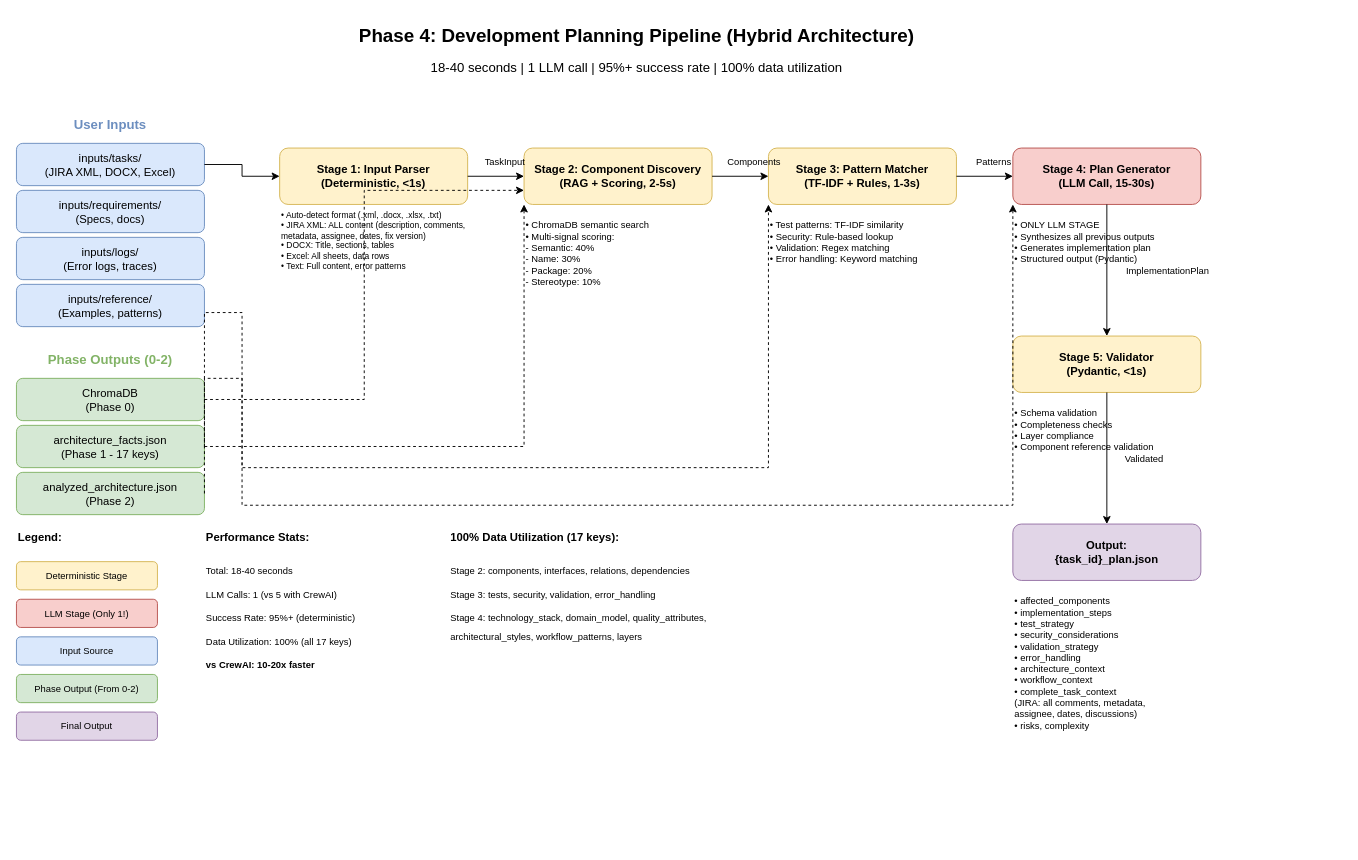
The draw.io diagram docs/diagrams/development-planning-pipeline.drawio in aymenmastouri/aicodegencrew, before the edit. Source tidied: cells renumbered, new cells numbered last; positions are measured from the earlier drawing's top-left corner, leaving out a move shared by most shapes. Both pictures are drawn from the tidied source at 94%, with x=0, y=0 at pixel (16, 16).
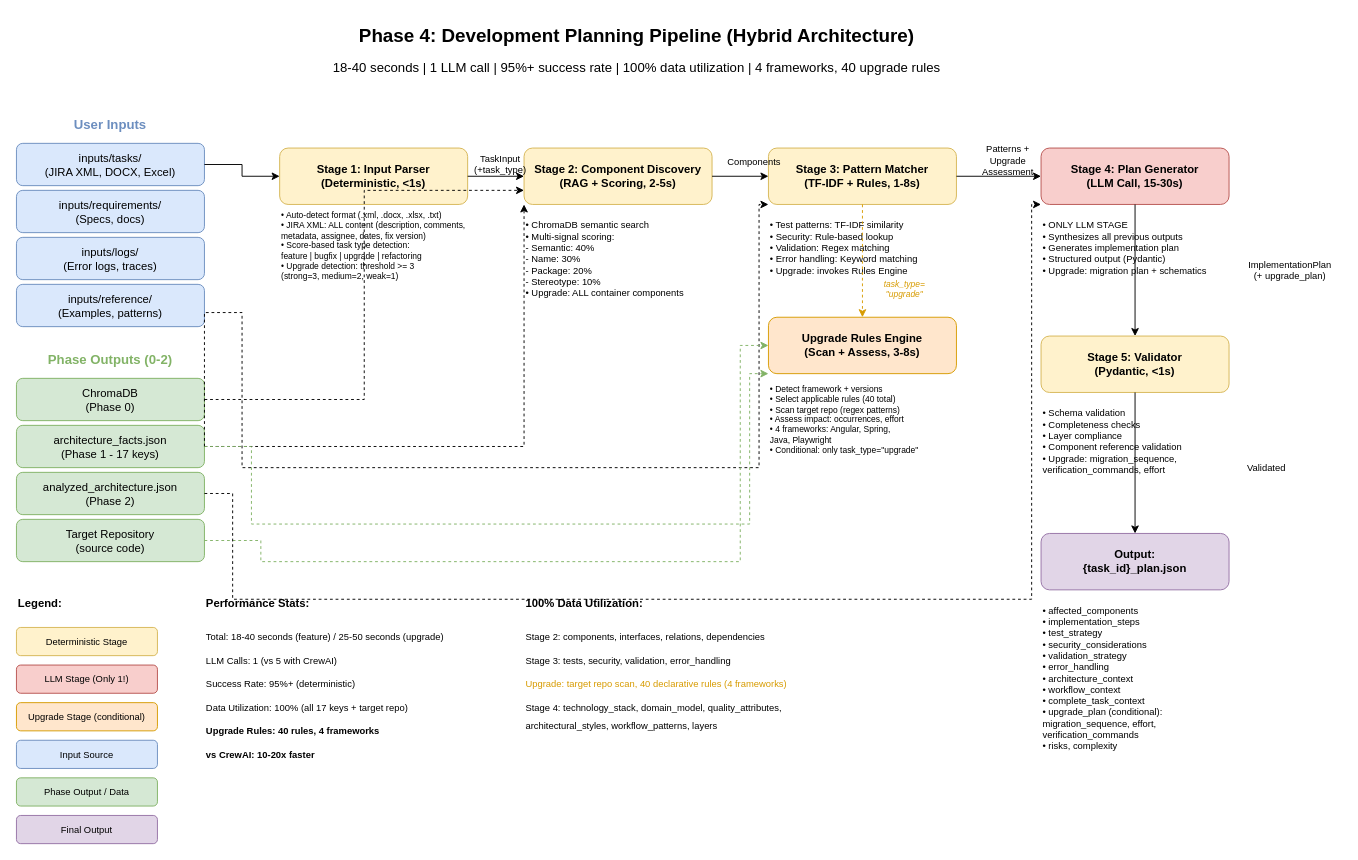
The same diagram, later.

The change refers to these unchanged cells:
```xml
<mxCell id="11" value="architecture_facts.json&#10;(Phase 1 - 17 keys)" style="rounded=1;whiteSpace=wrap;html=1;fillColor=#d5e8d4;strokeColor=#82b366;" parent="1" vertex="1">
  <mxGeometry y="435" width="200" height="45" as="geometry" />
</mxCell>
<mxCell id="12" value="analyzed_architecture.json&#10;(Phase 2)" style="rounded=1;whiteSpace=wrap;html=1;fillColor=#d5e8d4;strokeColor=#82b366;" parent="1" vertex="1">
  <mxGeometry y="485" width="200" height="45" as="geometry" />
</mxCell>
```

Diff of the diagram source:
```diff
@@
-    <mxCell id="3" value="18-40 seconds | 1 LLM call | 95%+ success rate | 100% data utilization" style="text;html=1;strokeColor=none;fillColor=none;align=center;verticalAlign=middle;whiteSpace=wrap;rounded=0;fontSize=14;" parent="1" vertex="1">
-      <mxGeometry x="360" y="40" width="600" height="30" as="geometry" />
+    <mxCell id="3" value="18-40 seconds | 1 LLM call | 95%+ success rate | 100% data utilization | 4 frameworks, 40 upgrade rules" style="text;html=1;strokeColor=none;fillColor=none;align=center;verticalAlign=middle;whiteSpace=wrap;rounded=0;fontSize=14;" parent="1" vertex="1">
+      <mxGeometry x="310" y="40" width="700" height="30" as="geometry" />
     </mxCell>
@@
+    <mxCell id="57" value="Target Repository&#10;(source code)" style="rounded=1;whiteSpace=wrap;html=1;fillColor=#d5e8d4;strokeColor=#82b366;" parent="1" vertex="1">
+      <mxGeometry y="535" width="200" height="45" as="geometry" />
+    </mxCell>
@@
-    <mxCell id="14" value="• Auto-detect format (.xml, .docx, .xlsx, .txt)&#10;• JIRA XML: ALL content (description, comments,&#10;  metadata, assignee, dates, fix version)&#10;• DOCX: Title, sections, tables&#10;• Excel: All sheets, data rows&#10;• Text: Full content, error patterns" style="text;html=1;strokeColor=none;fillColor=none;align=left;verticalAlign=top;whiteSpace=wrap;rounded=0;fontSize=9;" parent="1" vertex="1">
-      <mxGeometry x="280" y="200" width="200" height="80" as="geometry" />
+    <mxCell id="14" value="• Auto-detect format (.xml, .docx, .xlsx, .txt)&#10;• JIRA XML: ALL content (description, comments,&#10;  metadata, assignee, dates, fix version)&#10;• Score-based task type detection:&#10;  feature | bugfix | upgrade | refactoring&#10;• Upgrade detection: threshold &gt;= 3&#10;  (strong=3, medium=2, weak=1)" style="text;html=1;strokeColor=none;fillColor=none;align=left;verticalAlign=top;whiteSpace=wrap;rounded=0;fontSize=9;" parent="1" vertex="1">
+      <mxGeometry x="280" y="200" width="200" height="100" as="geometry" />
     </mxCell>
@@
-    <mxCell id="16" value="• ChromaDB semantic search&#10;• Multi-signal scoring:&#10;  - Semantic: 40%&#10;  - Name: 30%&#10;  - Package: 20%&#10;  - Stereotype: 10%" style="text;html=1;strokeColor=none;fillColor=none;align=left;verticalAlign=top;whiteSpace=wrap;rounded=0;fontSize=10;" parent="1" vertex="1">
-      <mxGeometry x="540" y="210" width="200" height="90" as="geometry" />
+    <mxCell id="16" value="• ChromaDB semantic search&#10;• Multi-signal scoring:&#10;  - Semantic: 40%&#10;  - Name: 30%&#10;  - Package: 20%&#10;  - Stereotype: 10%&#10;• Upgrade: ALL container components" style="text;html=1;strokeColor=none;fillColor=none;align=left;verticalAlign=top;whiteSpace=wrap;rounded=0;fontSize=10;" parent="1" vertex="1">
+      <mxGeometry x="540" y="210" width="200" height="100" as="geometry" />
     </mxCell>
-    <mxCell id="17" value="Stage 3: Pattern Matcher&#10;(TF-IDF + Rules, 1-3s)" style="rounded=1;whiteSpace=wrap;html=1;fillColor=#fff2cc;strokeColor=#d6b656;fontSize=12;fontStyle=1;" parent="1" vertex="1">
+    <mxCell id="17" value="Stage 3: Pattern Matcher&#10;(TF-IDF + Rules, 1-8s)" style="rounded=1;whiteSpace=wrap;html=1;fillColor=#fff2cc;strokeColor=#d6b656;fontSize=12;fontStyle=1;" parent="1" vertex="1">
       <mxGeometry x="800" y="140" width="200" height="60" as="geometry" />
     </mxCell>
-    <mxCell id="18" value="• Test patterns: TF-IDF similarity&#10;• Security: Rule-based lookup&#10;• Validation: Regex matching&#10;• Error handling: Keyword matching" style="text;html=1;strokeColor=none;fillColor=none;align=left;verticalAlign=top;whiteSpace=wrap;rounded=0;fontSize=10;" parent="1" vertex="1">
+    <mxCell id="18" value="• Test patterns: TF-IDF similarity&#10;• Security: Rule-based lookup&#10;• Validation: Regex matching&#10;• Error handling: Keyword matching&#10;• Upgrade: invokes Rules Engine" style="text;html=1;strokeColor=none;fillColor=none;align=left;verticalAlign=top;whiteSpace=wrap;rounded=0;fontSize=10;" parent="1" vertex="1">
       <mxGeometry x="800" y="210" width="200" height="80" as="geometry" />
     </mxCell>
+    <mxCell id="58" value="Upgrade Rules Engine&#10;(Scan + Assess, 3-8s)" style="rounded=1;whiteSpace=wrap;html=1;fillColor=#ffe6cc;strokeColor=#d79b00;fontSize=12;fontStyle=1;" parent="1" vertex="1">
+      <mxGeometry x="800" y="320" width="200" height="60" as="geometry" />
+    </mxCell>
+    <mxCell id="59" value="• Detect framework + versions&#10;• Select applicable rules (40 total)&#10;• Scan target repo (regex patterns)&#10;• Assess impact: occurrences, effort&#10;• 4 frameworks: Angular, Spring,&#10;  Java, Playwright&#10;• Conditional: only task_type=&quot;upgrade&quot;" style="text;html=1;strokeColor=none;fillColor=none;align=left;verticalAlign=top;whiteSpace=wrap;rounded=0;fontSize=9;" parent="1" vertex="1">
+      <mxGeometry x="800" y="385" width="200" height="100" as="geometry" />
+    </mxCell>
     <mxCell id="19" value="Stage 4: Plan Generator&#10;(LLM Call, 15-30s)" style="rounded=1;whiteSpace=wrap;html=1;fillColor=#f8cecc;strokeColor=#b85450;fontSize=12;fontStyle=1;" parent="1" vertex="1">
-      <mxGeometry x="1060" y="140" width="200" height="60" as="geometry" />
+      <mxGeometry x="1090" y="140" width="200" height="60" as="geometry" />
     </mxCell>
-    <mxCell id="20" value="• ONLY LLM STAGE&#10;• Synthesizes all previous outputs&#10;• Generates implementation plan&#10;• Structured output (Pydantic)" style="text;html=1;strokeColor=none;fillColor=none;align=left;verticalAlign=top;whiteSpace=wrap;rounded=0;fontSize=10;" parent="1" vertex="1">
-      <mxGeometry x="1060" y="210" width="200" height="80" as="geometry" />
+    <mxCell id="20" value="• ONLY LLM STAGE&#10;• Synthesizes all previous outputs&#10;• Generates implementation plan&#10;• Structured output (Pydantic)&#10;• Upgrade: migration plan + schematics" style="text;html=1;strokeColor=none;fillColor=none;align=left;verticalAlign=top;whiteSpace=wrap;rounded=0;fontSize=10;" parent="1" vertex="1">
+      <mxGeometry x="1090" y="210" width="200" height="80" as="geometry" />
     </mxCell>
     <mxCell id="21" value="Stage 5: Validator&#10;(Pydantic, &lt;1s)" style="rounded=1;whiteSpace=wrap;html=1;fillColor=#fff2cc;strokeColor=#d6b656;fontSize=12;fontStyle=1;" parent="1" vertex="1">
-      <mxGeometry x="1060" y="340" width="200" height="60" as="geometry" />
+      <mxGeometry x="1090" y="340" width="200" height="60" as="geometry" />
     </mxCell>
-    <mxCell id="22" value="• Schema validation&#10;• Completeness checks&#10;• Layer compliance&#10;• Component reference validation" style="text;html=1;strokeColor=none;fillColor=none;align=left;verticalAlign=top;whiteSpace=wrap;rounded=0;fontSize=10;" parent="1" vertex="1">
-      <mxGeometry x="1060" y="410" width="200" height="80" as="geometry" />
+    <mxCell id="22" value="• Schema validation&#10;• Completeness checks&#10;• Layer compliance&#10;• Component reference validation&#10;• Upgrade: migration_sequence,&#10;  verification_commands, effort" style="text;html=1;strokeColor=none;fillColor=none;align=left;verticalAlign=top;whiteSpace=wrap;rounded=0;fontSize=10;" parent="1" vertex="1">
+      <mxGeometry x="1090" y="410" width="200" height="90" as="geometry" />
     </mxCell>
     <mxCell id="23" value="Output:&#10;{task_id}_plan.json" style="rounded=1;whiteSpace=wrap;html=1;fillColor=#e1d5e7;strokeColor=#9673a6;fontSize=12;fontStyle=1;" parent="1" vertex="1">
-      <mxGeometry x="1060" y="540" width="200" height="60" as="geometry" />
+      <mxGeometry x="1090" y="550" width="200" height="60" as="geometry" />
     </mxCell>
-    <mxCell id="24" value="• affected_components&#10;• implementation_steps&#10;• test_strategy&#10;• security_considerations&#10;• validation_strategy&#10;• error_handling&#10;• architecture_context&#10;• workflow_context&#10;• complete_task_context&#10;  (JIRA: all comments, metadata,&#10;  assignee, dates, discussions)&#10;• risks, complexity" style="text;html=1;strokeColor=none;fillColor=none;align=left;verticalAlign=top;whiteSpace=wrap;rounded=0;fontSize=10;" parent="1" vertex="1">
-      <mxGeometry x="1060" y="610" width="200" height="160" as="geometry" />
+    <mxCell id="24" value="• affected_components&#10;• implementation_steps&#10;• test_strategy&#10;• security_considerations&#10;• validation_strategy&#10;• error_handling&#10;• architecture_context&#10;• workflow_context&#10;• complete_task_context&#10;• upgrade_plan (conditional):&#10;  migration_sequence, effort,&#10;  verification_commands&#10;• risks, complexity" style="text;html=1;strokeColor=none;fillColor=none;align=left;verticalAlign=top;whiteSpace=wrap;rounded=0;fontSize=10;" parent="1" vertex="1">
+      <mxGeometry x="1090" y="620" width="200" height="180" as="geometry" />
     </mxCell>
@@
-    <mxCell id="27" value="TaskInput" style="text;html=1;strokeColor=none;fillColor=none;align=center;verticalAlign=middle;whiteSpace=wrap;rounded=0;fontSize=10;" parent="1" vertex="1">
-      <mxGeometry x="490" y="145" width="60" height="20" as="geometry" />
+    <mxCell id="27" value="TaskInput&#10;(+task_type)" style="text;html=1;strokeColor=none;fillColor=none;align=center;verticalAlign=middle;whiteSpace=wrap;rounded=0;fontSize=10;" parent="1" vertex="1">
+      <mxGeometry x="485" y="142" width="60" height="30" as="geometry" />
     </mxCell>
@@
     <mxCell id="32" style="edgeStyle=orthogonalEdgeStyle;rounded=0;jettySize=auto;html=1;exitX=1;exitY=0.5;exitDx=0;exitDy=0;entryX=0;entryY=1;entryDx=0;entryDy=0;dashed=1;" parent="1" edge="1" source="11" target="17">
       <mxGeometry relative="1" as="geometry">
         <Array as="points">
           <mxPoint x="240" y="315" />
           <mxPoint x="240" y="480" />
-          <mxPoint x="800" y="480" />
-          <mxPoint x="800" y="200" />
+          <mxPoint x="790" y="480" />
+          <mxPoint x="790" y="200" />
         </Array>
       </mxGeometry>
     </mxCell>
+    <mxCell id="60" style="edgeStyle=orthogonalEdgeStyle;rounded=0;jettySize=auto;html=1;exitX=0.5;exitY=1;exitDx=0;exitDy=0;entryX=0.5;entryY=0;entryDx=0;entryDy=0;dashed=1;strokeColor=#d79b00;" parent="1" edge="1" source="17" target="58">
+      <mxGeometry relative="1" as="geometry" />
+    </mxCell>
+    <mxCell id="61" value="task_type=&#10;&quot;upgrade&quot;" style="text;html=1;strokeColor=none;fillColor=none;align=center;verticalAlign=middle;whiteSpace=wrap;rounded=0;fontSize=9;fontColor=#d79b00;fontStyle=2;" parent="1" vertex="1">
+      <mxGeometry x="905" y="275" width="80" height="30" as="geometry" />
+    </mxCell>
+    <mxCell id="62" style="edgeStyle=orthogonalEdgeStyle;rounded=0;jettySize=auto;html=1;exitX=1;exitY=0.5;exitDx=0;exitDy=0;entryX=0;entryY=0.5;entryDx=0;entryDy=0;dashed=1;strokeColor=#82b366;" parent="1" edge="1" source="57" target="58">
+      <mxGeometry relative="1" as="geometry">
+        <Array as="points">
+          <mxPoint x="260" y="557" />
+          <mxPoint x="260" y="580" />
+          <mxPoint x="770" y="580" />
+          <mxPoint x="770" y="350" />
+        </Array>
+      </mxGeometry>
+    </mxCell>
+    <mxCell id="63" style="edgeStyle=orthogonalEdgeStyle;rounded=0;jettySize=auto;html=1;exitX=1;exitY=0.5;exitDx=0;exitDy=0;entryX=0;entryY=1;entryDx=0;entryDy=0;dashed=1;strokeColor=#82b366;" parent="1" edge="1" source="11" target="58">
+      <mxGeometry relative="1" as="geometry">
+        <Array as="points">
+          <mxPoint x="250" y="457" />
+          <mxPoint x="250" y="540" />
+          <mxPoint x="780" y="540" />
+          <mxPoint x="780" y="380" />
+        </Array>
+      </mxGeometry>
+    </mxCell>
@@
-    <mxCell id="34" value="Patterns" style="text;html=1;strokeColor=none;fillColor=none;align=center;verticalAlign=middle;whiteSpace=wrap;rounded=0;fontSize=10;" parent="1" vertex="1">
-      <mxGeometry x="1010" y="145" width="60" height="20" as="geometry" />
+    <mxCell id="34" value="Patterns +&#10;Upgrade Assessment" style="text;html=1;strokeColor=none;fillColor=none;align=center;verticalAlign=middle;whiteSpace=wrap;rounded=0;fontSize=10;" parent="1" vertex="1">
+      <mxGeometry x="1010" y="135" width="90" height="35" as="geometry" />
     </mxCell>
     <mxCell id="35" style="edgeStyle=orthogonalEdgeStyle;rounded=0;jettySize=auto;html=1;exitX=1;exitY=0.5;exitDx=0;exitDy=0;entryX=0;entryY=1;entryDx=0;entryDy=0;dashed=1;" parent="1" edge="1" source="12" target="19">
       <mxGeometry relative="1" as="geometry">
         <Array as="points">
-          <mxPoint x="240" y="385" />
-          <mxPoint x="240" y="520" />
-          <mxPoint x="1060" y="520" />
-          <mxPoint x="1060" y="200" />
+          <mxPoint x="230" y="507" />
+          <mxPoint x="230" y="620" />
+          <mxPoint x="1080" y="620" />
+          <mxPoint x="1080" y="200" />
         </Array>
       </mxGeometry>
     </mxCell>
@@
-    <mxCell id="37" value="ImplementationPlan" style="text;html=1;strokeColor=none;fillColor=none;align=center;verticalAlign=middle;whiteSpace=wrap;rounded=0;fontSize=10;" parent="1" vertex="1">
-      <mxGeometry x="1170" y="250" width="110" height="40" as="geometry" />
+    <mxCell id="37" value="ImplementationPlan&#10;(+ upgrade_plan)" style="text;html=1;strokeColor=none;fillColor=none;align=center;verticalAlign=middle;whiteSpace=wrap;rounded=0;fontSize=10;" parent="1" vertex="1">
+      <mxGeometry x="1300" y="250" width="110" height="40" as="geometry" />
     </mxCell>
@@
     <mxCell id="39" value="Validated" style="text;html=1;strokeColor=none;fillColor=none;align=center;verticalAlign=middle;whiteSpace=wrap;rounded=0;fontSize=10;" parent="1" vertex="1">
-      <mxGeometry x="1170" y="450" width="60" height="40" as="geometry" />
+      <mxGeometry x="1300" y="460" width="60" height="40" as="geometry" />
     </mxCell>
     <mxCell id="40" value="Legend:" style="text;html=1;strokeColor=none;fillColor=none;align=left;verticalAlign=middle;whiteSpace=wrap;rounded=0;fontSize=12;fontStyle=1;" parent="1" vertex="1">
-      <mxGeometry y="540" width="60" height="30" as="geometry" />
+      <mxGeometry y="610" width="60" height="30" as="geometry" />
     </mxCell>
     <mxCell id="41" value="Deterministic Stage" style="rounded=1;whiteSpace=wrap;html=1;fillColor=#fff2cc;strokeColor=#d6b656;fontSize=10;" parent="1" vertex="1">
-      <mxGeometry y="580" width="150" height="30" as="geometry" />
+      <mxGeometry y="650" width="150" height="30" as="geometry" />
     </mxCell>
     <mxCell id="42" value="LLM Stage (Only 1!)" style="rounded=1;whiteSpace=wrap;html=1;fillColor=#f8cecc;strokeColor=#b85450;fontSize=10;" parent="1" vertex="1">
-      <mxGeometry y="620" width="150" height="30" as="geometry" />
+      <mxGeometry y="690" width="150" height="30" as="geometry" />
     </mxCell>
+    <mxCell id="64" value="Upgrade Stage (conditional)" style="rounded=1;whiteSpace=wrap;html=1;fillColor=#ffe6cc;strokeColor=#d79b00;fontSize=10;" parent="1" vertex="1">
+      <mxGeometry y="730" width="150" height="30" as="geometry" />
+    </mxCell>
     <mxCell id="43" value="Input Source" style="rounded=1;whiteSpace=wrap;html=1;fillColor=#dae8fc;strokeColor=#6c8ebf;fontSize=10;" parent="1" vertex="1">
-      <mxGeometry y="660" width="150" height="30" as="geometry" />
+      <mxGeometry y="770" width="150" height="30" as="geometry" />
     </mxCell>
-    <mxCell id="44" value="Phase Output (From 0-2)" style="rounded=1;whiteSpace=wrap;html=1;fillColor=#d5e8d4;strokeColor=#82b366;fontSize=10;" parent="1" vertex="1">
-      <mxGeometry y="700" width="150" height="30" as="geometry" />
+    <mxCell id="44" value="Phase Output / Data" style="rounded=1;whiteSpace=wrap;html=1;fillColor=#d5e8d4;strokeColor=#82b366;fontSize=10;" parent="1" vertex="1">
+      <mxGeometry y="810" width="150" height="30" as="geometry" />
     </mxCell>
     <mxCell id="45" value="Final Output" style="rounded=1;whiteSpace=wrap;html=1;fillColor=#e1d5e7;strokeColor=#9673a6;fontSize=10;" parent="1" vertex="1">
-      <mxGeometry y="740" width="150" height="30" as="geometry" />
+      <mxGeometry y="850" width="150" height="30" as="geometry" />
     </mxCell>
     <mxCell id="46" value="Performance Stats:" style="text;html=1;strokeColor=none;fillColor=none;align=left;verticalAlign=middle;whiteSpace=wrap;rounded=0;fontSize=12;fontStyle=1;" parent="1" vertex="1">
-      <mxGeometry x="200" y="540" width="140" height="30" as="geometry" />
+      <mxGeometry x="200" y="610" width="140" height="30" as="geometry" />
     </mxCell>
-    <mxCell id="47" value="Total: 18-40 seconds" style="text;html=1;strokeColor=none;fillColor=none;align=left;verticalAlign=middle;whiteSpace=wrap;rounded=0;fontSize=10;" parent="1" vertex="1">
-      <mxGeometry x="200" y="580" width="200" height="20" as="geometry" />
+    <mxCell id="47" value="Total: 18-40 seconds (feature) / 25-50 seconds (upgrade)" style="text;html=1;strokeColor=none;fillColor=none;align=left;verticalAlign=middle;whiteSpace=wrap;rounded=0;fontSize=10;" parent="1" vertex="1">
+      <mxGeometry x="200" y="650" width="320" height="20" as="geometry" />
     </mxCell>
     <mxCell id="48" value="LLM Calls: 1 (vs 5 with CrewAI)" style="text;html=1;strokeColor=none;fillColor=none;align=left;verticalAlign=middle;whiteSpace=wrap;rounded=0;fontSize=10;" parent="1" vertex="1">
-      <mxGeometry x="200" y="605" width="200" height="20" as="geometry" />
+      <mxGeometry x="200" y="675" width="200" height="20" as="geometry" />
     </mxCell>
     <mxCell id="49" value="Success Rate: 95%+ (deterministic)" style="text;html=1;strokeColor=none;fillColor=none;align=left;verticalAlign=middle;whiteSpace=wrap;rounded=0;fontSize=10;" parent="1" vertex="1">
-      <mxGeometry x="200" y="630" width="240" height="20" as="geometry" />
+      <mxGeometry x="200" y="700" width="240" height="20" as="geometry" />
     </mxCell>
-    <mxCell id="50" value="Data Utilization: 100% (all 17 keys)" style="text;html=1;strokeColor=none;fillColor=none;align=left;verticalAlign=middle;whiteSpace=wrap;rounded=0;fontSize=10;" parent="1" vertex="1">
-      <mxGeometry x="200" y="655" width="220" height="20" as="geometry" />
+    <mxCell id="50" value="Data Utilization: 100% (all 17 keys + target repo)" style="text;html=1;strokeColor=none;fillColor=none;align=left;verticalAlign=middle;whiteSpace=wrap;rounded=0;fontSize=10;" parent="1" vertex="1">
+      <mxGeometry x="200" y="725" width="280" height="20" as="geometry" />
     </mxCell>
+    <mxCell id="65" value="Upgrade Rules: 40 rules, 4 frameworks" style="text;html=1;strokeColor=none;fillColor=none;align=left;verticalAlign=middle;whiteSpace=wrap;rounded=0;fontSize=10;fontStyle=1;" parent="1" vertex="1">
+      <mxGeometry x="200" y="750" width="250" height="20" as="geometry" />
+    </mxCell>
     <mxCell id="51" value="vs CrewAI: 10-20x faster" style="text;html=1;strokeColor=none;fillColor=none;align=left;verticalAlign=middle;whiteSpace=wrap;rounded=0;fontSize=10;fontStyle=1;" parent="1" vertex="1">
-      <mxGeometry x="200" y="680" width="200" height="20" as="geometry" />
+      <mxGeometry x="200" y="775" width="200" height="20" as="geometry" />
     </mxCell>
-    <mxCell id="52" value="100% Data Utilization (17 keys):" style="text;html=1;strokeColor=none;fillColor=none;align=left;verticalAlign=middle;whiteSpace=wrap;rounded=0;fontSize=12;fontStyle=1;" parent="1" vertex="1">
-      <mxGeometry x="460" y="540" width="260" height="30" as="geometry" />
+    <mxCell id="52" value="100% Data Utilization:" style="text;html=1;strokeColor=none;fillColor=none;align=left;verticalAlign=middle;whiteSpace=wrap;rounded=0;fontSize=12;fontStyle=1;" parent="1" vertex="1">
+      <mxGeometry x="540" y="610" width="260" height="30" as="geometry" />
     </mxCell>
     <mxCell id="53" value="Stage 2: components, interfaces, relations, dependencies" style="text;html=1;strokeColor=none;fillColor=none;align=left;verticalAlign=middle;whiteSpace=wrap;rounded=0;fontSize=10;" parent="1" vertex="1">
-      <mxGeometry x="460" y="580" width="350" height="20" as="geometry" />
+      <mxGeometry x="540" y="650" width="350" height="20" as="geometry" />
     </mxCell>
     <mxCell id="54" value="Stage 3: tests, security, validation, error_handling" style="text;html=1;strokeColor=none;fillColor=none;align=left;verticalAlign=middle;whiteSpace=wrap;rounded=0;fontSize=10;" parent="1" vertex="1">
-      <mxGeometry x="460" y="605" width="400" height="20" as="geometry" />
+      <mxGeometry x="540" y="675" width="400" height="20" as="geometry" />
     </mxCell>
+    <mxCell id="66" value="Upgrade: target repo scan, 40 declarative rules (4 frameworks)" style="text;html=1;strokeColor=none;fillColor=none;align=left;verticalAlign=middle;whiteSpace=wrap;rounded=0;fontSize=10;fontColor=#d79b00;" parent="1" vertex="1">
+      <mxGeometry x="540" y="700" width="400" height="20" as="geometry" />
+    </mxCell>
     <mxCell id="55" value="Stage 4: technology_stack, domain_model, quality_attributes," style="text;html=1;strokeColor=none;fillColor=none;align=left;verticalAlign=middle;whiteSpace=wrap;rounded=0;fontSize=10;" parent="1" vertex="1">
-      <mxGeometry x="460" y="630" width="380" height="20" as="geometry" />
+      <mxGeometry x="540" y="725" width="380" height="20" as="geometry" />
     </mxCell>
     <mxCell id="56" value="          architectural_styles, workflow_patterns, layers" style="text;html=1;strokeColor=none;fillColor=none;align=left;verticalAlign=middle;whiteSpace=wrap;rounded=0;fontSize=10;" parent="1" vertex="1">
-      <mxGeometry x="460" y="650" width="380" height="20" as="geometry" />
+      <mxGeometry x="540" y="745" width="380" height="20" as="geometry" />
     </mxCell>
```
